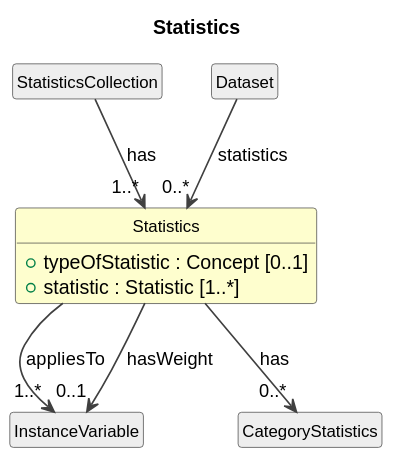
The PlantUML diagram cdif-uml-model/_plantuml/cdifDataDescription/Classes/Statistics.svg in Cross-Domain-Interoperability-Framework/metadataBuildingBlocks, before a commit. Its diagram source:
```plantuml
@startuml
title Statistics
hide circle
hide empty members
skinparam shadowing false
skinparam ArrowThickness 1.2
skinparam class {
  ArrowColor #404040
  BorderColor #404040
  FontSize 12
}

class "Statistics" as Statistics #FEFECE {
  +typeOfStatistic : Concept [0..1]
  +statistic : Statistic [1..*]
}
class "InstanceVariable" as InstanceVariable #EEEEEE
Statistics --> "1..*" InstanceVariable : appliesTo
Statistics --> "0..1" InstanceVariable : hasWeight
class "CategoryStatistics" as CategoryStatistics #EEEEEE
Statistics --> "0..*" CategoryStatistics : has
class "StatisticsCollection" as StatisticsCollection #EEEEEE
StatisticsCollection --> "1..*" Statistics : has
class "Dataset" as Dataset #EEEEEE
Dataset --> "0..*" Statistics : statistics
@enduml
```
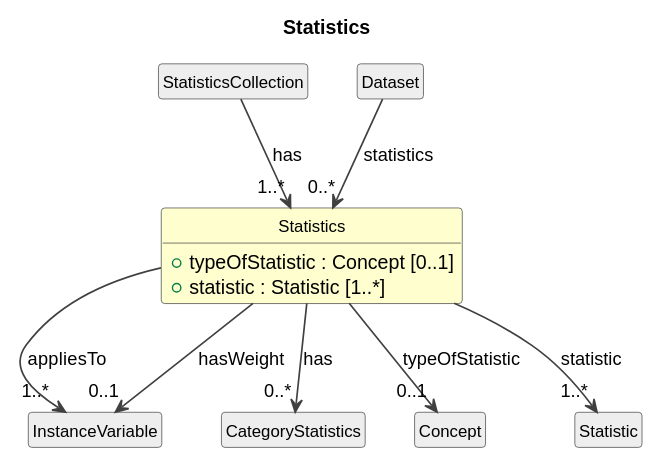
Later version of the same file.

What changed in the source:
```diff
@@ -23,4 +23,8 @@
 StatisticsCollection --> "1..*" Statistics : has
 class "Dataset" as Dataset #EEEEEE
 Dataset --> "0..*" Statistics : statistics
+class "Concept" as Concept #EEEEEE
+Statistics --> "0..1" Concept : typeOfStatistic
+class "Statistic" as Statistic #EEEEEE
+Statistics --> "1..*" Statistic : statistic
 @enduml
```
